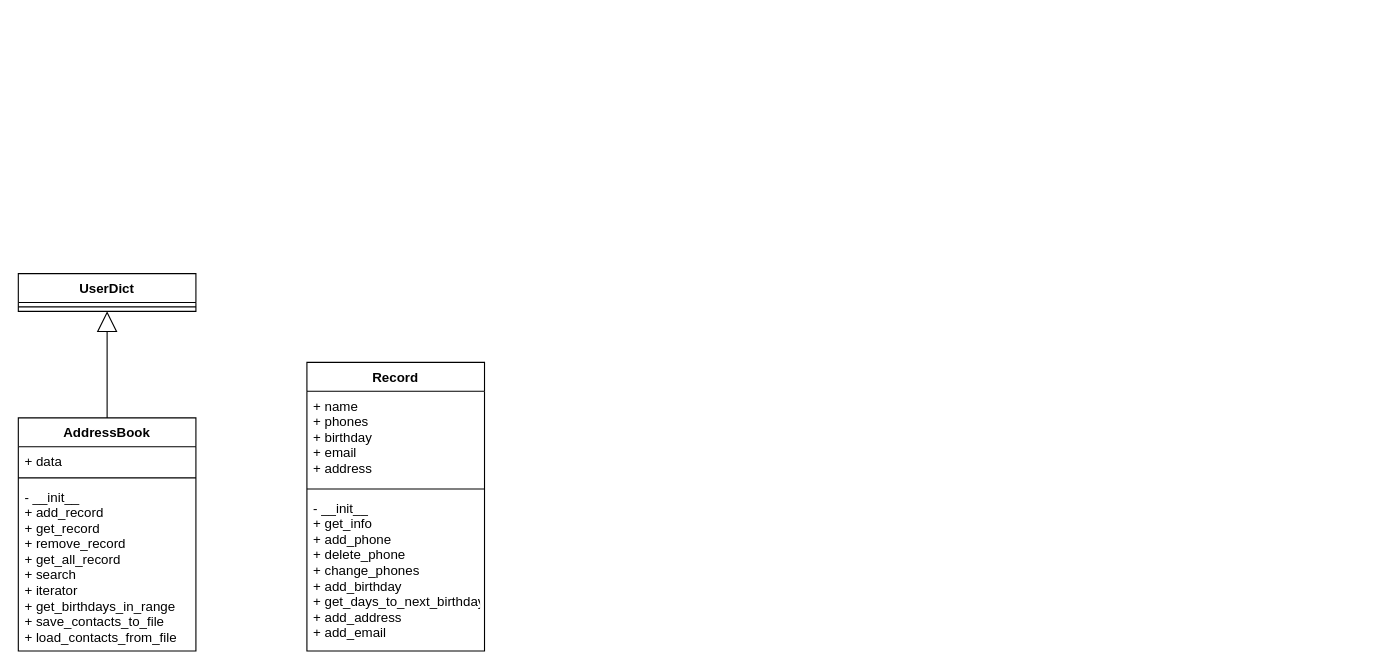
FyodorSh/GoIT_PyCore_Project keeps this draw.io diagram as src/Диаграмма без названия.drawio. Above is the earlier version. Source tidied: cells renumbered, new cells numbered last; positions are measured from the earlier drawing's top-left corner, leaving out a move shared by most shapes. Both pictures are drawn from the tidied source at 111%, with x=0, y=0 at pixel (18, 273).
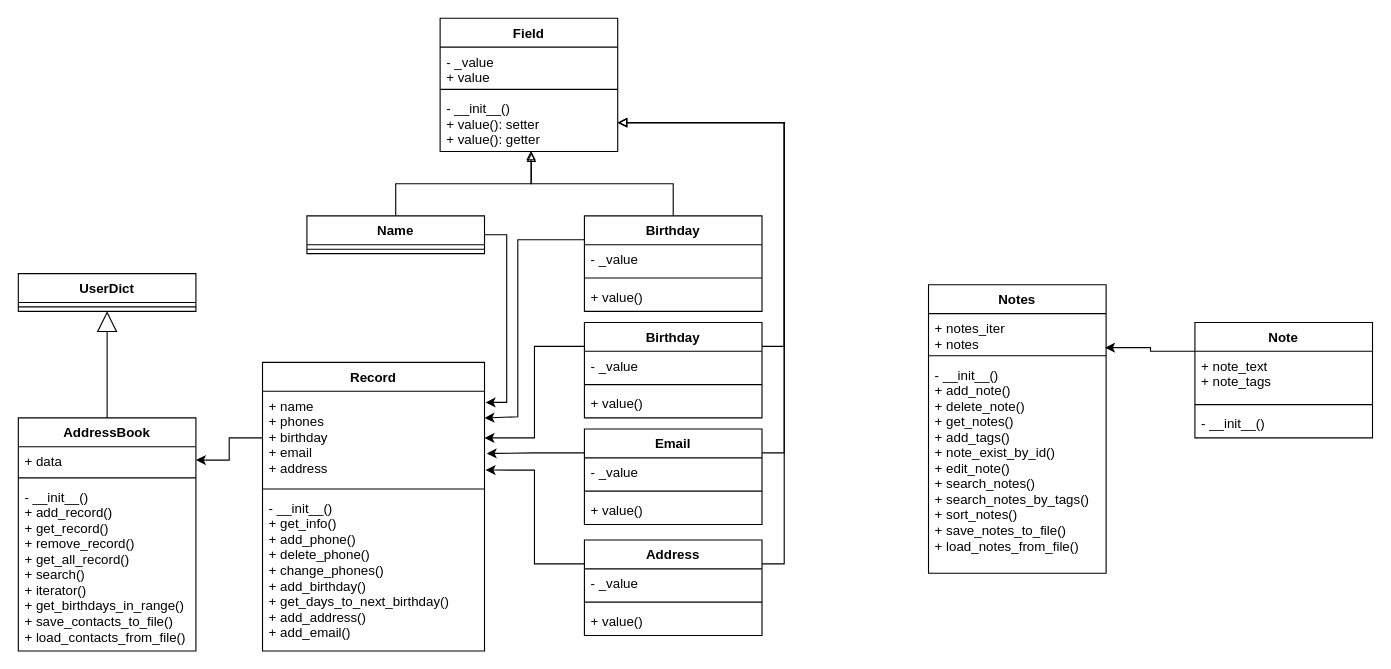
The same page after the edit.

Unchanged cells that the change refers to:
```xml
<mxCell id="2" value="AddressBook" style="swimlane;fontStyle=1;align=center;verticalAlign=top;horizontal=1;startSize=26;" parent="1" vertex="1">
  <mxGeometry y="130" width="160" height="210" as="geometry" />
</mxCell>
<mxCell id="3" value="+ data" style="text;strokeColor=none;fillColor=none;align=left;verticalAlign=top;spacingLeft=4;spacingRight=4;overflow=hidden;points=[[0,0.5],[1,0.5]];portConstraint=eastwest;" parent="2" vertex="1">
  <mxGeometry y="26" width="160" height="24" as="geometry" />
</mxCell>
```

The edit, as a diff of the source:
```diff
@@
-    <mxCell id="5" value="- __init__&#10;+ add_record&#10;+ get_record&#10;+ remove_record&#10;+ get_all_record&#10;+ search &#10;+ iterator&#10;+ get_birthdays_in_range&#10;+ save_contacts_to_file   &#10;+ load_contacts_from_file" style="text;strokeColor=none;fillColor=none;align=left;verticalAlign=top;spacingLeft=4;spacingRight=4;overflow=hidden;" parent="2" vertex="1">
+    <mxCell id="5" value="- __init__()&#10;+ add_record()&#10;+ get_record()&#10;+ remove_record()&#10;+ get_all_record()&#10;+ search()&#10;+ iterator()&#10;+ get_birthdays_in_range()&#10;+ save_contacts_to_file()&#10;+ load_contacts_from_file()" style="text;strokeColor=none;fillColor=none;align=left;verticalAlign=top;spacingLeft=4;spacingRight=4;overflow=hidden;" parent="2" vertex="1">
       <mxGeometry y="58" width="160" height="152" as="geometry" />
     </mxCell>
@@
     <mxCell id="9" value="Record" style="swimlane;fontStyle=1;align=center;verticalAlign=top;horizontal=1;startSize=26;" parent="1" vertex="1">
-      <mxGeometry x="260" y="80" width="160" height="260" as="geometry" />
+      <mxGeometry x="220" y="80" width="200" height="260" as="geometry" />
     </mxCell>
     <mxCell id="10" value="+ name&#10;+ phones&#10;+ birthday&#10;+ email&#10;+ address" style="text;strokeColor=none;fillColor=none;align=left;verticalAlign=top;spacingLeft=4;spacingRight=4;overflow=hidden;points=[[0,0.5],[1,0.5]];portConstraint=eastwest;" parent="9" vertex="1">
-      <mxGeometry y="26" width="160" height="84" as="geometry" />
+      <mxGeometry y="26" width="200" height="84" as="geometry" />
     </mxCell>
     <mxCell id="11" style="line;strokeWidth=1;fillColor=none;align=left;verticalAlign=middle;spacingTop=-1;spacingLeft=3;spacingRight=3;labelPosition=right;strokeColor=inherit;" parent="9" vertex="1">
-      <mxGeometry y="110" width="160" height="8" as="geometry" />
+      <mxGeometry y="110" width="200" height="8" as="geometry" />
     </mxCell>
-    <mxCell id="12" value="- __init__&#10;+ get_info&#10;+ add_phone&#10;+ delete_phone&#10;+ change_phones&#10;+ add_birthday&#10;+ get_days_to_next_birthday&#10;+ add_address&#10;+ add_email&#10;" style="text;strokeColor=none;fillColor=none;align=left;verticalAlign=top;spacingLeft=4;spacingRight=4;overflow=hidden;" parent="9" vertex="1">
-      <mxGeometry y="118" width="160" height="142" as="geometry" />
+    <mxCell id="12" value="- __init__()&#10;+ get_info()&#10;+ add_phone()&#10;+ delete_phone()&#10;+ change_phones()&#10;+ add_birthday()&#10;+ get_days_to_next_birthday()&#10;+ add_address()&#10;+ add_email()&#10;" style="text;strokeColor=none;fillColor=none;align=left;verticalAlign=top;spacingLeft=4;spacingRight=4;overflow=hidden;" parent="9" vertex="1">
+      <mxGeometry y="118" width="200" height="142" as="geometry" />
     </mxCell>
+    <mxCell id="13" style="edgeStyle=orthogonalEdgeStyle;rounded=0;jettySize=auto;html=1;exitX=0;exitY=0.25;exitDx=0;exitDy=0;" parent="1" edge="1" source="15" target="10">
+      <mxGeometry relative="1" as="geometry" />
+    </mxCell>
+    <mxCell id="14" style="edgeStyle=orthogonalEdgeStyle;rounded=0;jettySize=auto;html=1;exitX=1;exitY=0.25;exitDx=0;exitDy=0;entryX=1;entryY=0.5;entryDx=0;entryDy=0;endArrow=block;endFill=0;" parent="1" edge="1" source="15" target="44">
+      <mxGeometry relative="1" as="geometry" />
+    </mxCell>
+    <mxCell id="15" value="Birthday" style="swimlane;fontStyle=1;align=center;verticalAlign=top;horizontal=1;startSize=26;" parent="1" vertex="1">
+      <mxGeometry x="510" y="44" width="160" height="86" as="geometry" />
+    </mxCell>
+    <mxCell id="16" value="- _value" style="text;strokeColor=none;fillColor=none;align=left;verticalAlign=top;spacingLeft=4;spacingRight=4;overflow=hidden;" parent="15" vertex="1">
+      <mxGeometry y="26" width="160" height="26" as="geometry" />
+    </mxCell>
+    <mxCell id="17" style="line;strokeWidth=1;fillColor=none;align=left;verticalAlign=middle;spacingTop=-1;spacingLeft=3;spacingRight=3;labelPosition=right;strokeColor=inherit;" parent="15" vertex="1">
+      <mxGeometry y="52" width="160" height="8" as="geometry" />
+    </mxCell>
+    <mxCell id="18" value="+ value()" style="text;strokeColor=none;fillColor=none;align=left;verticalAlign=top;spacingLeft=4;spacingRight=4;overflow=hidden;" parent="15" vertex="1">
+      <mxGeometry y="60" width="160" height="26" as="geometry" />
+    </mxCell>
+    <mxCell id="19" style="edgeStyle=orthogonalEdgeStyle;rounded=0;jettySize=auto;html=1;exitX=0;exitY=0.25;exitDx=0;exitDy=0;entryX=1.005;entryY=0.845;entryDx=0;entryDy=0;entryPerimeter=0;" parent="1" edge="1" source="21" target="10">
+      <mxGeometry relative="1" as="geometry" />
+    </mxCell>
+    <mxCell id="20" style="edgeStyle=orthogonalEdgeStyle;rounded=0;jettySize=auto;html=1;exitX=1;exitY=0.25;exitDx=0;exitDy=0;entryX=1;entryY=0.5;entryDx=0;entryDy=0;endArrow=block;endFill=0;" parent="1" edge="1" source="21" target="44">
+      <mxGeometry relative="1" as="geometry" />
+    </mxCell>
+    <mxCell id="21" value="Address" style="swimlane;fontStyle=1;align=center;verticalAlign=top;horizontal=1;startSize=26;" parent="1" vertex="1">
+      <mxGeometry x="510" y="240" width="160" height="86" as="geometry" />
+    </mxCell>
+    <mxCell id="22" value="- _value" style="text;strokeColor=none;fillColor=none;align=left;verticalAlign=top;spacingLeft=4;spacingRight=4;overflow=hidden;" parent="21" vertex="1">
+      <mxGeometry y="26" width="160" height="26" as="geometry" />
+    </mxCell>
+    <mxCell id="23" style="line;strokeWidth=1;fillColor=none;align=left;verticalAlign=middle;spacingTop=-1;spacingLeft=3;spacingRight=3;labelPosition=right;strokeColor=inherit;" parent="21" vertex="1">
+      <mxGeometry y="52" width="160" height="8" as="geometry" />
+    </mxCell>
+    <mxCell id="24" value="+ value()" style="text;strokeColor=none;fillColor=none;align=left;verticalAlign=top;spacingLeft=4;spacingRight=4;overflow=hidden;" parent="21" vertex="1">
+      <mxGeometry y="60" width="160" height="26" as="geometry" />
+    </mxCell>
+    <mxCell id="25" style="edgeStyle=orthogonalEdgeStyle;rounded=0;jettySize=auto;html=1;exitX=0;exitY=0.25;exitDx=0;exitDy=0;entryX=1.01;entryY=0.667;entryDx=0;entryDy=0;entryPerimeter=0;" parent="1" edge="1" source="27" target="10">
+      <mxGeometry relative="1" as="geometry" />
+    </mxCell>
+    <mxCell id="26" style="edgeStyle=orthogonalEdgeStyle;rounded=0;jettySize=auto;html=1;exitX=1;exitY=0.25;exitDx=0;exitDy=0;entryX=1;entryY=0.5;entryDx=0;entryDy=0;endArrow=block;endFill=0;" parent="1" edge="1" source="27" target="44">
+      <mxGeometry relative="1" as="geometry" />
+    </mxCell>
+    <mxCell id="27" value="Email" style="swimlane;fontStyle=1;align=center;verticalAlign=top;horizontal=1;startSize=26;" parent="1" vertex="1">
+      <mxGeometry x="510" y="140" width="160" height="86" as="geometry" />
+    </mxCell>
+    <mxCell id="28" value="- _value" style="text;strokeColor=none;fillColor=none;align=left;verticalAlign=top;spacingLeft=4;spacingRight=4;overflow=hidden;" parent="27" vertex="1">
+      <mxGeometry y="26" width="160" height="26" as="geometry" />
+    </mxCell>
+    <mxCell id="29" style="line;strokeWidth=1;fillColor=none;align=left;verticalAlign=middle;spacingTop=-1;spacingLeft=3;spacingRight=3;labelPosition=right;strokeColor=inherit;" parent="27" vertex="1">
+      <mxGeometry y="52" width="160" height="8" as="geometry" />
+    </mxCell>
+    <mxCell id="30" value="+ value()" style="text;strokeColor=none;fillColor=none;align=left;verticalAlign=top;spacingLeft=4;spacingRight=4;overflow=hidden;" parent="27" vertex="1">
+      <mxGeometry y="60" width="160" height="26" as="geometry" />
+    </mxCell>
+    <mxCell id="31" style="edgeStyle=orthogonalEdgeStyle;rounded=0;jettySize=auto;html=1;exitX=0;exitY=0.25;exitDx=0;exitDy=0;" parent="1" edge="1" source="33">
+      <mxGeometry relative="1" as="geometry">
+        <mxPoint x="420" y="130" as="targetPoint" />
+        <Array as="points">
+          <mxPoint x="450" y="-30" />
+          <mxPoint x="450" y="129" />
+        </Array>
+      </mxGeometry>
+    </mxCell>
+    <mxCell id="32" style="edgeStyle=orthogonalEdgeStyle;rounded=0;jettySize=auto;html=1;exitX=0.5;exitY=0;exitDx=0;exitDy=0;endArrow=block;endFill=0;entryX=0.512;entryY=0.987;entryDx=0;entryDy=0;entryPerimeter=0;" parent="1" edge="1" source="33" target="44">
+      <mxGeometry relative="1" as="geometry" />
+    </mxCell>
+    <mxCell id="33" value="Birthday" style="swimlane;fontStyle=1;align=center;verticalAlign=top;horizontal=1;startSize=26;" parent="1" vertex="1">
+      <mxGeometry x="510" y="-52" width="160" height="86" as="geometry" />
+    </mxCell>
+    <mxCell id="34" value="- _value" style="text;strokeColor=none;fillColor=none;align=left;verticalAlign=top;spacingLeft=4;spacingRight=4;overflow=hidden;" parent="33" vertex="1">
+      <mxGeometry y="26" width="160" height="26" as="geometry" />
+    </mxCell>
+    <mxCell id="35" style="line;strokeWidth=1;fillColor=none;align=left;verticalAlign=middle;spacingTop=-1;spacingLeft=3;spacingRight=3;labelPosition=right;strokeColor=inherit;" parent="33" vertex="1">
+      <mxGeometry y="52" width="160" height="8" as="geometry" />
+    </mxCell>
+    <mxCell id="36" value="+ value()" style="text;strokeColor=none;fillColor=none;align=left;verticalAlign=top;spacingLeft=4;spacingRight=4;overflow=hidden;" parent="33" vertex="1">
+      <mxGeometry y="60" width="160" height="26" as="geometry" />
+    </mxCell>
+    <mxCell id="37" style="edgeStyle=orthogonalEdgeStyle;rounded=0;jettySize=auto;html=1;exitX=1;exitY=0.5;exitDx=0;exitDy=0;entryX=1.005;entryY=0.119;entryDx=0;entryDy=0;entryPerimeter=0;" parent="1" edge="1" source="39" target="10">
+      <mxGeometry relative="1" as="geometry" />
+    </mxCell>
+    <mxCell id="38" style="edgeStyle=orthogonalEdgeStyle;rounded=0;jettySize=auto;html=1;exitX=0.5;exitY=0;exitDx=0;exitDy=0;entryX=0.514;entryY=1.015;entryDx=0;entryDy=0;entryPerimeter=0;endArrow=block;endFill=0;" parent="1" edge="1" source="39" target="44">
+      <mxGeometry relative="1" as="geometry" />
+    </mxCell>
+    <mxCell id="39" value="Name" style="swimlane;fontStyle=1;align=center;verticalAlign=top;horizontal=1;startSize=26;" parent="1" vertex="1">
+      <mxGeometry x="260" y="-52" width="160" height="34" as="geometry" />
+    </mxCell>
+    <mxCell id="40" style="line;strokeWidth=1;fillColor=none;align=left;verticalAlign=middle;spacingTop=-1;spacingLeft=3;spacingRight=3;labelPosition=right;strokeColor=inherit;" parent="39" vertex="1">
+      <mxGeometry y="26" width="160" height="8" as="geometry" />
+    </mxCell>
+    <mxCell id="41" value="Field" style="swimlane;fontStyle=1;align=center;verticalAlign=top;horizontal=1;startSize=26;" parent="1" vertex="1">
+      <mxGeometry x="380" y="-230" width="160" height="120" as="geometry" />
+    </mxCell>
+    <mxCell id="42" value="- _value&#10;+ value&#10;" style="text;strokeColor=none;fillColor=none;align=left;verticalAlign=top;spacingLeft=4;spacingRight=4;overflow=hidden;" parent="41" vertex="1">
+      <mxGeometry y="26" width="160" height="34" as="geometry" />
+    </mxCell>
+    <mxCell id="43" style="line;strokeWidth=1;fillColor=none;align=left;verticalAlign=middle;spacingTop=-1;spacingLeft=3;spacingRight=3;labelPosition=right;strokeColor=inherit;" parent="41" vertex="1">
+      <mxGeometry y="60" width="160" height="8" as="geometry" />
+    </mxCell>
+    <mxCell id="44" value="- __init__()&#10;+ value(): setter&#10;+ value(): getter" style="text;strokeColor=none;fillColor=none;align=left;verticalAlign=top;spacingLeft=4;spacingRight=4;overflow=hidden;points=[[0,0.5],[1,0.5]];portConstraint=eastwest;" parent="41" vertex="1">
+      <mxGeometry y="68" width="160" height="52" as="geometry" />
+    </mxCell>
+    <mxCell id="45" style="edgeStyle=orthogonalEdgeStyle;rounded=0;jettySize=auto;html=1;exitX=0;exitY=0.5;exitDx=0;exitDy=0;entryX=1;entryY=0.5;entryDx=0;entryDy=0;endArrow=classic;endFill=1;" parent="1" edge="1" source="10" target="3">
+      <mxGeometry relative="1" as="geometry" />
+    </mxCell>
+    <mxCell id="46" style="edgeStyle=orthogonalEdgeStyle;rounded=0;jettySize=auto;html=1;exitX=0;exitY=0.25;exitDx=0;exitDy=0;entryX=0.994;entryY=0.903;entryDx=0;entryDy=0;entryPerimeter=0;endArrow=classic;endFill=1;" parent="1" edge="1" source="47" target="52">
+      <mxGeometry relative="1" as="geometry" />
+    </mxCell>
+    <mxCell id="47" value="Note" style="swimlane;fontStyle=1;align=center;verticalAlign=top;horizontal=1;startSize=26;" parent="1" vertex="1">
+      <mxGeometry x="1060" y="44" width="160" height="104" as="geometry" />
+    </mxCell>
+    <mxCell id="48" value="+ note_text&#10;+ note_tags" style="text;strokeColor=none;fillColor=none;align=left;verticalAlign=top;spacingLeft=4;spacingRight=4;overflow=hidden;" parent="47" vertex="1">
+      <mxGeometry y="26" width="160" height="44" as="geometry" />
+    </mxCell>
+    <mxCell id="49" style="line;strokeWidth=1;fillColor=none;align=left;verticalAlign=middle;spacingTop=-1;spacingLeft=3;spacingRight=3;labelPosition=right;strokeColor=inherit;" parent="47" vertex="1">
+      <mxGeometry y="70" width="160" height="8" as="geometry" />
+    </mxCell>
+    <mxCell id="50" value="- __init__()" style="text;strokeColor=none;fillColor=none;align=left;verticalAlign=top;spacingLeft=4;spacingRight=4;overflow=hidden;" parent="47" vertex="1">
+      <mxGeometry y="78" width="160" height="26" as="geometry" />
+    </mxCell>
+    <mxCell id="51" value="Notes" style="swimlane;fontStyle=1;align=center;verticalAlign=top;horizontal=1;startSize=26;" parent="1" vertex="1">
+      <mxGeometry x="820" y="10" width="160" height="260" as="geometry" />
+    </mxCell>
+    <mxCell id="52" value="+ notes_iter&#10;+ notes" style="text;strokeColor=none;fillColor=none;align=left;verticalAlign=top;spacingLeft=4;spacingRight=4;overflow=hidden;points=[[0,0.5],[1,0.5]];portConstraint=eastwest;" parent="51" vertex="1">
+      <mxGeometry y="26" width="160" height="34" as="geometry" />
+    </mxCell>
+    <mxCell id="53" style="line;strokeWidth=1;fillColor=none;align=left;verticalAlign=middle;spacingTop=-1;spacingLeft=3;spacingRight=3;labelPosition=right;strokeColor=inherit;" parent="51" vertex="1">
+      <mxGeometry y="60" width="160" height="8" as="geometry" />
+    </mxCell>
+    <mxCell id="54" value="- __init__()&#10;+ add_note()&#10;+ delete_note()&#10;+ get_notes()&#10;+ add_tags()&#10;+ note_exist_by_id()&#10;+ edit_note()&#10;+ search_notes()&#10;+ search_notes_by_tags()&#10;+ sort_notes()&#10;+ save_notes_to_file()&#10;+ load_notes_from_file()" style="text;strokeColor=none;fillColor=none;align=left;verticalAlign=top;spacingLeft=4;spacingRight=4;overflow=hidden;" parent="51" vertex="1">
+      <mxGeometry y="68" width="160" height="192" as="geometry" />
+    </mxCell>
```
